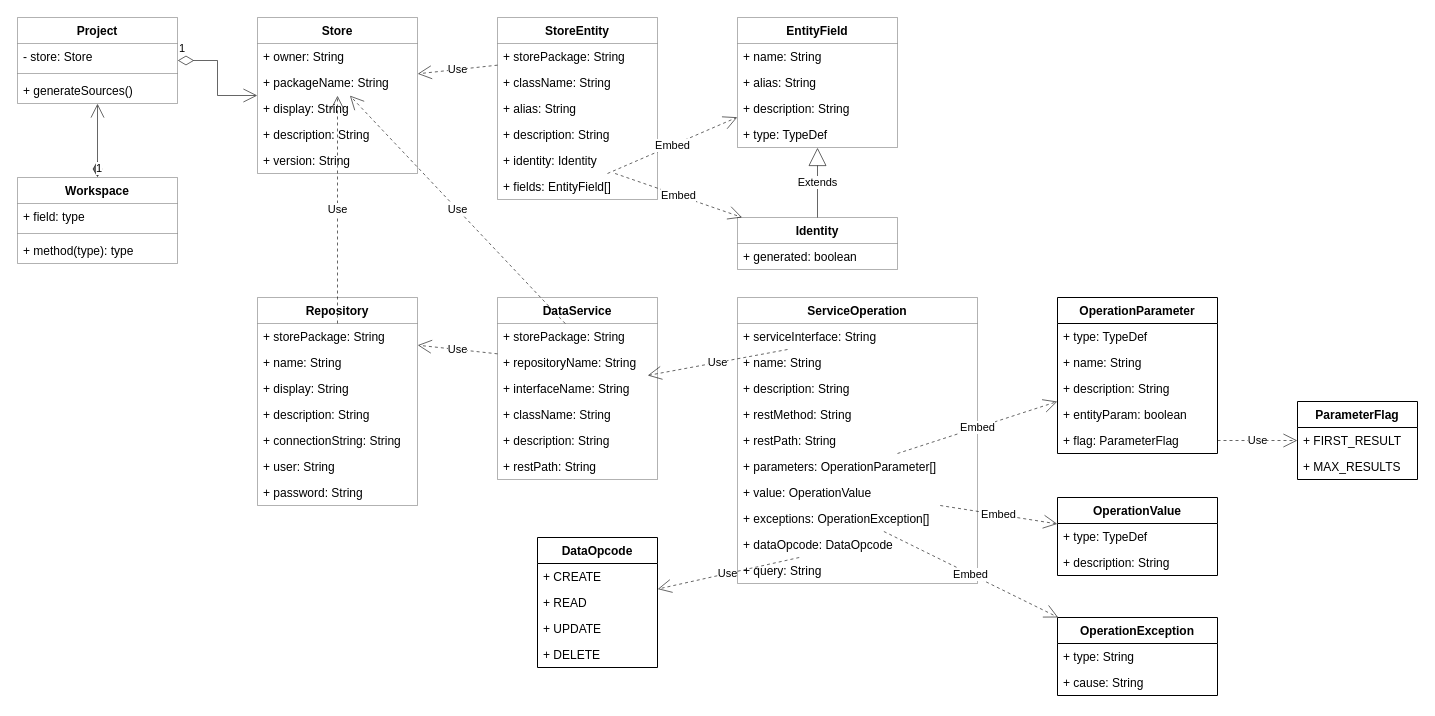
Above: doc/diagrams.drawio in js-lib-com/tiny-store (draw.io), before the change. Source tidied: cells renumbered, new cells numbered last; positions are measured from the earlier drawing's top-left corner, leaving out a move shared by most shapes. Both pictures are drawn from the tidied source at 100%, with x=0, y=0 at pixel (17, 17).
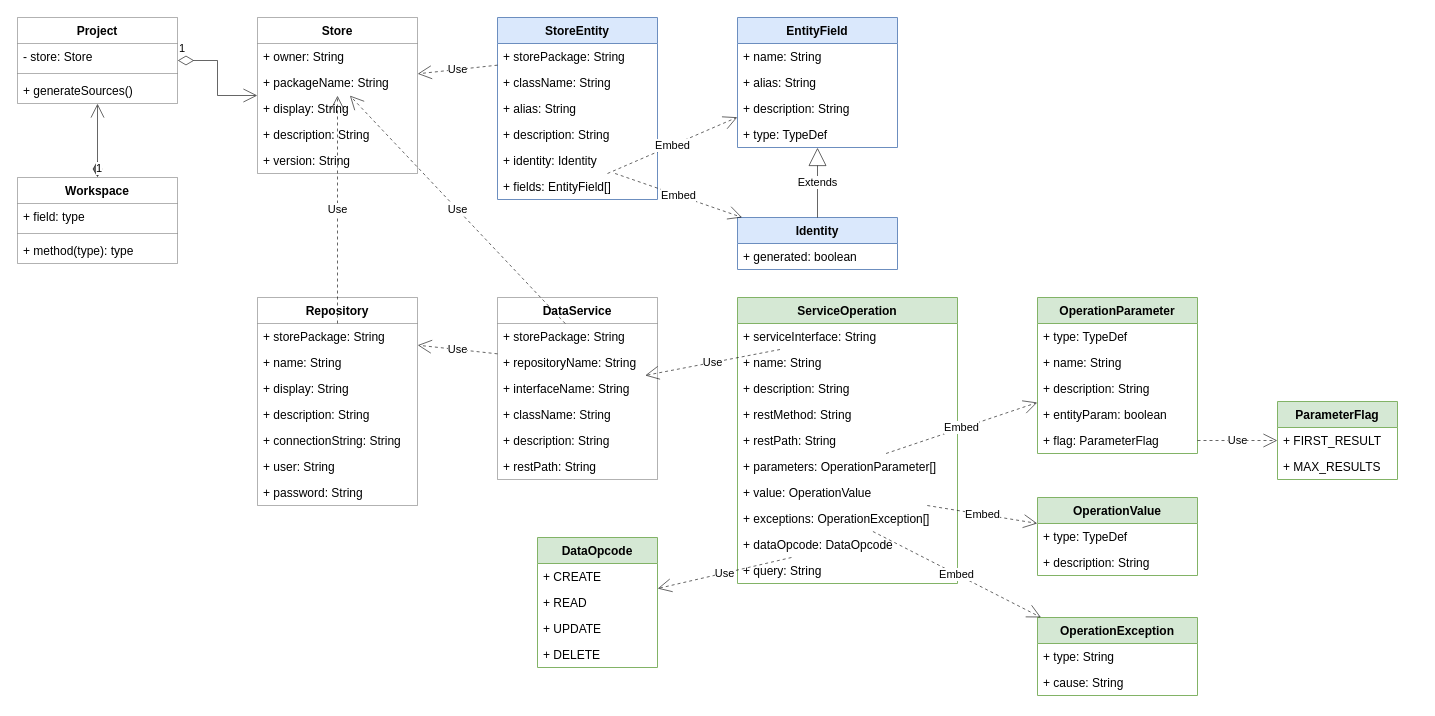
The same diagram, later.

What changed in the source:
```diff
@@
-    <mxCell id="8" value="StoreEntity" style="swimlane;fontStyle=1;align=center;verticalAlign=top;horizontal=1;startSize=26;rounded=0;opacity=30;" parent="1" vertex="1">
+    <mxCell id="8" value="StoreEntity" style="swimlane;fontStyle=1;align=center;verticalAlign=top;horizontal=1;startSize=26;rounded=0;fillColor=#dae8fc;strokeColor=#6c8ebf;" parent="1" vertex="1">
       <mxGeometry x="480" width="160" height="182" as="geometry" />
     </mxCell>
@@
-    <mxCell id="40" value="EntityField" style="swimlane;fontStyle=1;align=center;verticalAlign=top;horizontal=1;startSize=26;rounded=0;opacity=30;" parent="1" vertex="1">
+    <mxCell id="40" value="EntityField" style="swimlane;fontStyle=1;align=center;verticalAlign=top;horizontal=1;startSize=26;rounded=0;fillColor=#dae8fc;strokeColor=#6c8ebf;" parent="1" vertex="1">
       <mxGeometry x="720" width="160" height="130" as="geometry" />
     </mxCell>
@@
-    <mxCell id="45" value="Identity" style="swimlane;fontStyle=1;align=center;verticalAlign=top;horizontal=1;startSize=26;rounded=0;opacity=30;" parent="1" vertex="1">
+    <mxCell id="45" value="Identity" style="swimlane;fontStyle=1;align=center;verticalAlign=top;horizontal=1;startSize=26;rounded=0;fillColor=#dae8fc;strokeColor=#6c8ebf;" parent="1" vertex="1">
       <mxGeometry x="720" y="200" width="160" height="52" as="geometry" />
     </mxCell>
@@
-    <mxCell id="51" value="ServiceOperation" style="swimlane;fontStyle=1;align=center;verticalAlign=top;horizontal=1;startSize=26;rounded=0;opacity=30;" parent="1" vertex="1">
-      <mxGeometry x="720" y="280" width="240" height="286" as="geometry" />
+    <mxCell id="51" value="ServiceOperation" style="swimlane;fontStyle=1;align=center;verticalAlign=top;horizontal=1;startSize=26;rounded=0;fillColor=#d5e8d4;strokeColor=#82b366;" parent="1" vertex="1">
+      <mxGeometry x="720" y="280" width="220" height="286" as="geometry" />
     </mxCell>
     <mxCell id="52" value="+ serviceInterface: String" style="text;strokeColor=none;fillColor=none;align=left;verticalAlign=top;spacingLeft=4;spacingRight=4;overflow=hidden;points=[[0,0.5],[1,0.5]];portConstraint=eastwest;" parent="51" vertex="1">
-      <mxGeometry y="26" width="240" height="26" as="geometry" />
+      <mxGeometry y="26" width="220" height="26" as="geometry" />
     </mxCell>
     <mxCell id="53" value="+ name: String" style="text;strokeColor=none;fillColor=none;align=left;verticalAlign=top;spacingLeft=4;spacingRight=4;overflow=hidden;rounded=0;opacity=30;" parent="51" vertex="1">
-      <mxGeometry y="52" width="240" height="26" as="geometry" />
+      <mxGeometry y="52" width="220" height="26" as="geometry" />
     </mxCell>
     <mxCell id="54" value="+ description: String" style="text;strokeColor=none;fillColor=none;align=left;verticalAlign=top;spacingLeft=4;spacingRight=4;overflow=hidden;" parent="51" vertex="1">
-      <mxGeometry y="78" width="240" height="26" as="geometry" />
+      <mxGeometry y="78" width="220" height="26" as="geometry" />
     </mxCell>
     <mxCell id="55" value="+ restMethod: String" style="text;strokeColor=none;fillColor=none;align=left;verticalAlign=top;spacingLeft=4;spacingRight=4;overflow=hidden;rounded=0;opacity=30;" parent="51" vertex="1">
-      <mxGeometry y="104" width="240" height="26" as="geometry" />
+      <mxGeometry y="104" width="220" height="26" as="geometry" />
     </mxCell>
     <mxCell id="56" value="+ restPath: String" style="text;strokeColor=none;fillColor=none;align=left;verticalAlign=top;spacingLeft=4;spacingRight=4;overflow=hidden;" parent="51" vertex="1">
-      <mxGeometry y="130" width="240" height="26" as="geometry" />
+      <mxGeometry y="130" width="220" height="26" as="geometry" />
     </mxCell>
     <mxCell id="57" value="+ parameters: OperationParameter[]" style="text;strokeColor=none;fillColor=none;align=left;verticalAlign=top;spacingLeft=4;spacingRight=4;overflow=hidden;points=[[0,0.5],[1,0.5]];portConstraint=eastwest;" parent="51" vertex="1">
-      <mxGeometry y="156" width="240" height="26" as="geometry" />
+      <mxGeometry y="156" width="220" height="26" as="geometry" />
     </mxCell>
     <mxCell id="58" value="+ value: OperationValue" style="text;strokeColor=none;fillColor=none;align=left;verticalAlign=top;spacingLeft=4;spacingRight=4;overflow=hidden;points=[[0,0.5],[1,0.5]];portConstraint=eastwest;" parent="51" vertex="1">
-      <mxGeometry y="182" width="240" height="26" as="geometry" />
+      <mxGeometry y="182" width="220" height="26" as="geometry" />
     </mxCell>
     <mxCell id="59" value="+ exceptions: OperationException[]" style="text;strokeColor=none;fillColor=none;align=left;verticalAlign=top;spacingLeft=4;spacingRight=4;overflow=hidden;points=[[0,0.5],[1,0.5]];portConstraint=eastwest;" parent="51" vertex="1">
-      <mxGeometry y="208" width="240" height="26" as="geometry" />
+      <mxGeometry y="208" width="220" height="26" as="geometry" />
     </mxCell>
     <mxCell id="60" value="+ dataOpcode: DataOpcode" style="text;strokeColor=none;fillColor=none;align=left;verticalAlign=top;spacingLeft=4;spacingRight=4;overflow=hidden;points=[[0,0.5],[1,0.5]];portConstraint=eastwest;" parent="51" vertex="1">
-      <mxGeometry y="234" width="240" height="26" as="geometry" />
+      <mxGeometry y="234" width="220" height="26" as="geometry" />
     </mxCell>
     <mxCell id="61" value="+ query: String" style="text;strokeColor=none;fillColor=none;align=left;verticalAlign=top;spacingLeft=4;spacingRight=4;overflow=hidden;" parent="51" vertex="1">
-      <mxGeometry y="260" width="240" height="26" as="geometry" />
+      <mxGeometry y="260" width="220" height="26" as="geometry" />
     </mxCell>
@@
-    <mxCell id="66" value="OperationParameter" style="swimlane;fontStyle=1;align=center;verticalAlign=top;horizontal=1;startSize=26;" parent="1" vertex="1">
-      <mxGeometry x="1040" y="280" width="160" height="156" as="geometry" />
+    <mxCell id="66" value="OperationParameter" style="swimlane;fontStyle=1;align=center;verticalAlign=top;horizontal=1;startSize=26;fillColor=#d5e8d4;strokeColor=#82b366;" parent="1" vertex="1">
+      <mxGeometry x="1020" y="280" width="160" height="156" as="geometry" />
     </mxCell>
@@
-    <mxCell id="72" value="OperationValue" style="swimlane;fontStyle=1;align=center;verticalAlign=top;horizontal=1;startSize=26;" parent="1" vertex="1">
-      <mxGeometry x="1040" y="480" width="160" height="78" as="geometry" />
+    <mxCell id="72" value="OperationValue" style="swimlane;fontStyle=1;align=center;verticalAlign=top;horizontal=1;startSize=26;fillColor=#d5e8d4;strokeColor=#82b366;" parent="1" vertex="1">
+      <mxGeometry x="1020" y="480" width="160" height="78" as="geometry" />
     </mxCell>
@@
-    <mxCell id="75" value="OperationException" style="swimlane;fontStyle=1;align=center;verticalAlign=top;horizontal=1;startSize=26;" parent="1" vertex="1">
-      <mxGeometry x="1040" y="600" width="160" height="78" as="geometry" />
+    <mxCell id="75" value="OperationException" style="swimlane;fontStyle=1;align=center;verticalAlign=top;horizontal=1;startSize=26;fillColor=#d5e8d4;strokeColor=#82b366;" parent="1" vertex="1">
+      <mxGeometry x="1020" y="600" width="160" height="78" as="geometry" />
     </mxCell>
@@
-    <mxCell id="81" value="ParameterFlag" style="swimlane;fontStyle=1;horizontal=1;startSize=26;fillColor=none;" parent="1" vertex="1">
-      <mxGeometry x="1280" y="384" width="120" height="78" as="geometry" />
+    <mxCell id="81" value="ParameterFlag" style="swimlane;fontStyle=1;horizontal=1;startSize=26;fillColor=#d5e8d4;strokeColor=#82b366;" parent="1" vertex="1">
+      <mxGeometry x="1260" y="384" width="120" height="78" as="geometry" />
     </mxCell>
@@
-    <mxCell id="84" value="DataOpcode" style="swimlane;fontStyle=1;horizontal=1;startSize=26;fillColor=none;" parent="1" vertex="1">
+    <mxCell id="84" value="DataOpcode" style="swimlane;fontStyle=1;horizontal=1;startSize=26;fillColor=#d5e8d4;strokeColor=#82b366;" parent="1" vertex="1">
       <mxGeometry x="520" y="520" width="120" height="130" as="geometry" />
     </mxCell>
```
